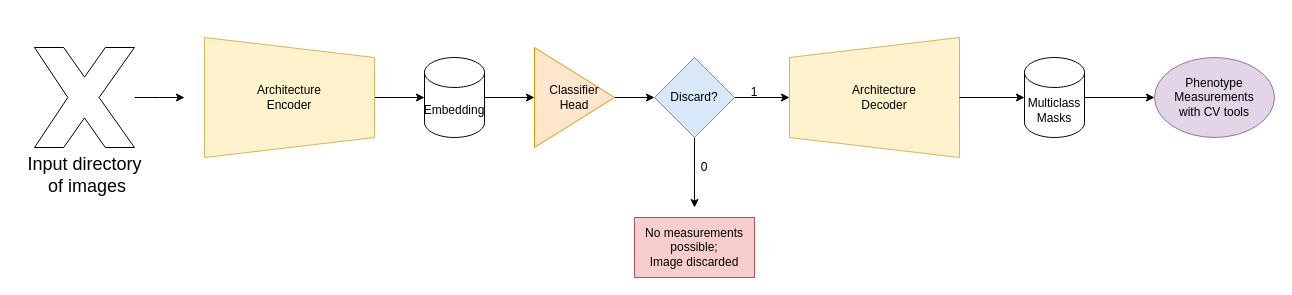
The draw.io diagram Full_pipeline_HydroMaize.drawio in KopiousKarp/diagrams, before the edit. Source tidied: cells renumbered, new cells numbered last; positions are measured from the earlier drawing's top-left corner, leaving out a move shared by most shapes. Both pictures are drawn from the tidied source at 100%, with x=0, y=0 at pixel (34, 12).
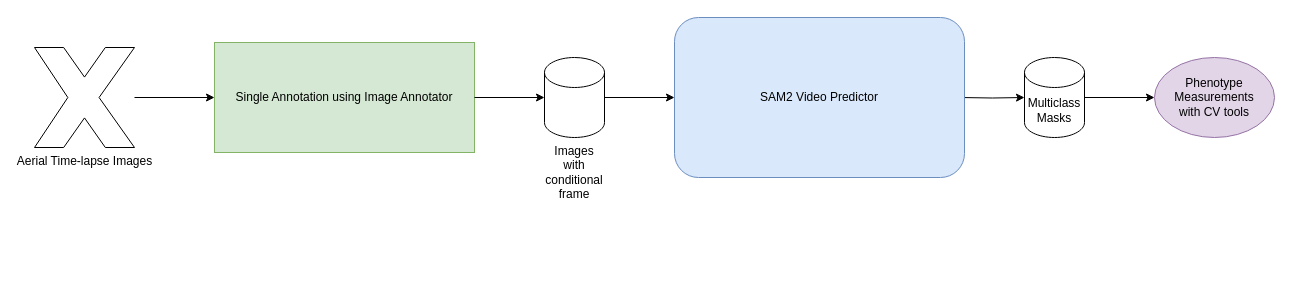
The same diagram, later.

Unchanged cells that the change refers to:
```xml
<mxCell id="21" value="&lt;div&gt;Multiclass &lt;br&gt;&lt;/div&gt;&lt;div&gt;Masks&lt;/div&gt;" style="shape=cylinder3;whiteSpace=wrap;html=1;boundedLbl=1;backgroundOutline=1;size=15;" parent="1" vertex="1">
  <mxGeometry x="990" y="45" width="60" height="80" as="geometry" />
</mxCell>
```

Change to the diagram source:
```diff
@@
-    <mxCell id="2" style="edgeStyle=orthogonalEdgeStyle;rounded=0;jettySize=auto;html=1;entryX=0;entryY=0.5;entryDx=0;entryDy=0;" parent="1" edge="1" source="3">
-      <mxGeometry relative="1" as="geometry">
-        <mxPoint x="150" y="85" as="targetPoint" />
-      </mxGeometry>
-    </mxCell>
+    <mxCell id="23" style="edgeStyle=orthogonalEdgeStyle;rounded=0;jettySize=auto;html=1;entryX=0;entryY=0.5;entryDx=0;entryDy=0;" parent="1" edge="1" source="3" target="25">
+      <mxGeometry relative="1" as="geometry" />
+    </mxCell>
-    <mxCell id="3" value="&lt;div&gt;&lt;font style=&quot;font-size: 18px;&quot;&gt;Input directory&lt;/font&gt;&lt;/div&gt;&lt;div&gt;&lt;font style=&quot;font-size: 18px;&quot;&gt;&amp;nbsp;of images&lt;/font&gt;&lt;/div&gt;" style="verticalLabelPosition=bottom;verticalAlign=top;html=1;shape=mxgraph.basic.x;" parent="1" vertex="1">
+    <mxCell id="3" value="Aerial Time-lapse Images" style="verticalLabelPosition=bottom;verticalAlign=top;html=1;shape=mxgraph.basic.x;" parent="1" vertex="1">
       <mxGeometry y="35" width="100" height="100" as="geometry" />
     </mxCell>
-    <mxCell id="4" style="edgeStyle=orthogonalEdgeStyle;rounded=0;jettySize=auto;html=1;" parent="1" edge="1" source="5" target="8">
-      <mxGeometry relative="1" as="geometry" />
-    </mxCell>
-    <mxCell id="5" style="shape=trapezoid;perimeter=trapezoidPerimeter;whiteSpace=wrap;html=1;fixedSize=1;rotation=90;fillColor=#fff2cc;strokeColor=#d6b656;" parent="1" vertex="1">
-      <mxGeometry x="195" width="120" height="170" as="geometry" />
-    </mxCell>
-    <mxCell id="6" value="&lt;div&gt;Architecture Encoder &lt;br&gt;&lt;/div&gt;" style="text;html=1;align=center;verticalAlign=middle;whiteSpace=wrap;rounded=0;" parent="1" vertex="1">
-      <mxGeometry x="225" y="70" width="60" height="30" as="geometry" />
-    </mxCell>
-    <mxCell id="7" style="edgeStyle=orthogonalEdgeStyle;rounded=0;jettySize=auto;html=1;" parent="1" edge="1" source="8" target="10">
-      <mxGeometry relative="1" as="geometry" />
-    </mxCell>
-    <mxCell id="8" value="Embedding" style="shape=cylinder3;whiteSpace=wrap;html=1;boundedLbl=1;backgroundOutline=1;size=15;" parent="1" vertex="1">
-      <mxGeometry x="390" y="45" width="60" height="80" as="geometry" />
-    </mxCell>
-    <mxCell id="9" style="edgeStyle=orthogonalEdgeStyle;rounded=0;jettySize=auto;html=1;exitX=1;exitY=0.5;exitDx=0;exitDy=0;entryX=0;entryY=0.5;entryDx=0;entryDy=0;" parent="1" edge="1" source="10" target="13">
-      <mxGeometry relative="1" as="geometry" />
-    </mxCell>
-    <mxCell id="10" value="&lt;div&gt;Classifier&lt;/div&gt;&lt;div&gt;Head&lt;/div&gt;" style="triangle;whiteSpace=wrap;html=1;fillColor=#ffe6cc;strokeColor=#d79b00;" parent="1" vertex="1">
-      <mxGeometry x="500" y="35" width="80" height="100" as="geometry" />
-    </mxCell>
-    <mxCell id="11" style="edgeStyle=orthogonalEdgeStyle;rounded=0;jettySize=auto;html=1;entryX=0.5;entryY=0;entryDx=0;entryDy=0;" parent="1" edge="1" source="13" target="15">
-      <mxGeometry relative="1" as="geometry" />
-    </mxCell>
-    <mxCell id="12" style="edgeStyle=orthogonalEdgeStyle;rounded=0;jettySize=auto;html=1;exitX=0.5;exitY=1;exitDx=0;exitDy=0;" parent="1" edge="1" source="13">
-      <mxGeometry relative="1" as="geometry">
-        <mxPoint x="660" y="195" as="targetPoint" />
-      </mxGeometry>
-    </mxCell>
-    <mxCell id="13" value="Discard?" style="rhombus;whiteSpace=wrap;html=1;fillColor=#dae8fc;strokeColor=#6c8ebf;" parent="1" vertex="1">
-      <mxGeometry x="620" y="45" width="80" height="80" as="geometry" />
-    </mxCell>
-    <mxCell id="14" value="&lt;div&gt;No measurements possible;&lt;/div&gt;&lt;div&gt;Image discarded&lt;/div&gt;" style="rounded=0;whiteSpace=wrap;html=1;fillColor=#f8cecc;strokeColor=#b85450;" parent="1" vertex="1">
-      <mxGeometry x="600" y="205" width="120" height="60" as="geometry" />
-    </mxCell>
-    <mxCell id="15" style="shape=trapezoid;perimeter=trapezoidPerimeter;whiteSpace=wrap;html=1;fixedSize=1;rotation=-90;fillColor=#fff2cc;strokeColor=#d6b656;" parent="1" vertex="1">
-      <mxGeometry x="780" width="120" height="170" as="geometry" />
-    </mxCell>
-    <mxCell id="16" value="&lt;div&gt;Architecture Decoder&lt;/div&gt;" style="text;html=1;align=center;verticalAlign=middle;whiteSpace=wrap;rounded=0;" parent="1" vertex="1">
-      <mxGeometry x="820" y="70" width="60" height="30" as="geometry" />
-    </mxCell>
-    <mxCell id="17" value="0" style="text;html=1;align=center;verticalAlign=middle;whiteSpace=wrap;rounded=0;" parent="1" vertex="1">
-      <mxGeometry x="640" y="140" width="60" height="30" as="geometry" />
-    </mxCell>
-    <mxCell id="18" value="1" style="text;html=1;align=center;verticalAlign=middle;whiteSpace=wrap;rounded=0;" parent="1" vertex="1">
-      <mxGeometry x="690" y="65" width="60" height="30" as="geometry" />
-    </mxCell>
@@
-    <mxCell id="22" style="edgeStyle=orthogonalEdgeStyle;rounded=0;jettySize=auto;html=1;entryX=0;entryY=0.5;entryDx=0;entryDy=0;entryPerimeter=0;" parent="1" edge="1" source="15" target="21">
-      <mxGeometry relative="1" as="geometry" />
+    <mxCell id="22" style="edgeStyle=orthogonalEdgeStyle;rounded=0;jettySize=auto;html=1;entryX=0;entryY=0.5;entryDx=0;entryDy=0;entryPerimeter=0;" parent="1" edge="1" target="21">
+      <mxGeometry relative="1" as="geometry">
+        <mxPoint x="925" y="85" as="sourcePoint" />
+      </mxGeometry>
     </mxCell>
+    <mxCell id="24" value="SAM2 Video Predictor" style="rounded=1;whiteSpace=wrap;html=1;fillColor=#dae8fc;strokeColor=#6c8ebf;" parent="1" vertex="1">
+      <mxGeometry x="640" y="5" width="290" height="160" as="geometry" />
+    </mxCell>
+    <mxCell id="25" value="Single Annotation using Image Annotator" style="rounded=0;whiteSpace=wrap;html=1;fillColor=#d5e8d4;strokeColor=#82b366;" parent="1" vertex="1">
+      <mxGeometry x="180" y="30" width="260" height="110" as="geometry" />
+    </mxCell>
+    <mxCell id="26" style="edgeStyle=orthogonalEdgeStyle;rounded=0;jettySize=auto;html=1;entryX=0;entryY=0.5;entryDx=0;entryDy=0;" parent="1" edge="1" source="27" target="24">
+      <mxGeometry relative="1" as="geometry" />
+    </mxCell>
+    <mxCell id="27" style="shape=cylinder3;whiteSpace=wrap;html=1;boundedLbl=1;backgroundOutline=1;size=15;" parent="1" vertex="1">
+      <mxGeometry x="510" y="45" width="60" height="80" as="geometry" />
+    </mxCell>
+    <mxCell id="28" style="edgeStyle=orthogonalEdgeStyle;rounded=0;jettySize=auto;html=1;entryX=0;entryY=0.5;entryDx=0;entryDy=0;entryPerimeter=0;" parent="1" edge="1" source="25" target="27">
+      <mxGeometry relative="1" as="geometry" />
+    </mxCell>
+    <mxCell id="29" value="Images with conditional frame" style="text;html=1;align=center;verticalAlign=middle;whiteSpace=wrap;rounded=0;" parent="1" vertex="1">
+      <mxGeometry x="510" y="145" width="60" height="30" as="geometry" />
+    </mxCell>
```
